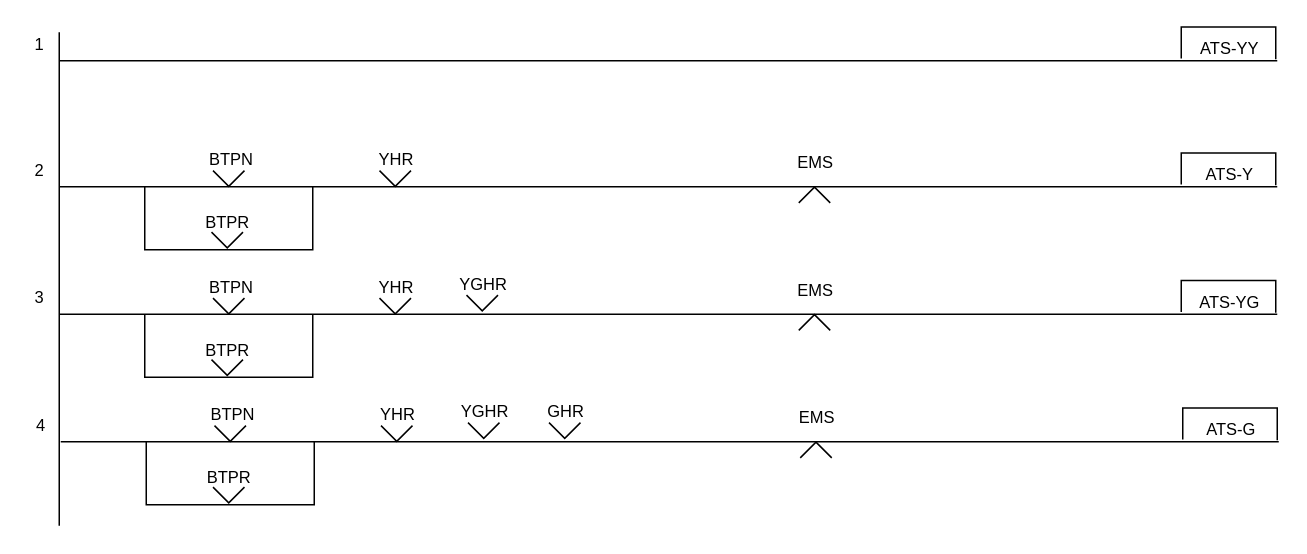
This is page "34현시-ATS제어" (3 of 8) of Signal/3Display-Signal-Control-Logic.drawio from chillin2/MyDraw.io, a draw.io file, before an edit. Source tidied: cells renumbered, new cells numbered last; positions are measured from the earlier drawing's top-left corner, leaving out a move shared by most shapes. Both pictures are drawn from the tidied source at 150%, with x=0, y=0 at pixel (26, 27).
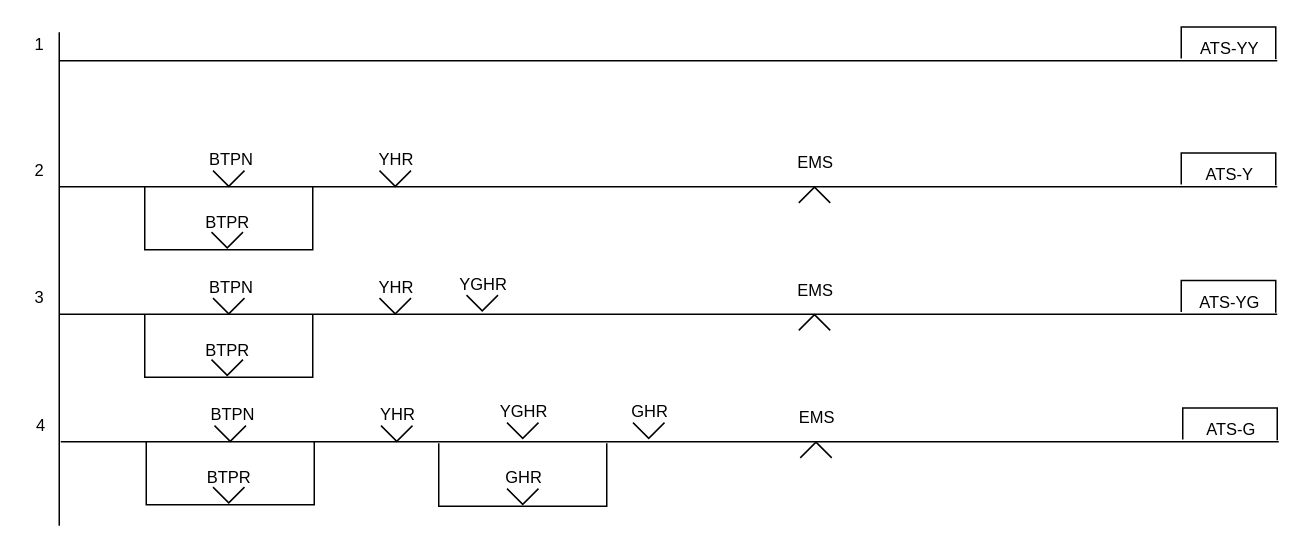
After the change.

What changed in the source:
```diff
@@
     <mxCell id="48" value="YGHR" style="text;html=1;strokeColor=none;fillColor=none;align=center;verticalAlign=middle;whiteSpace=wrap;rounded=0;fontFamily=Helvetica;fontSize=11;fontColor=default;" parent="1" vertex="1">
-      <mxGeometry x="286" y="249" width="40" height="14" as="geometry" />
+      <mxGeometry x="312" y="249" width="40" height="14" as="geometry" />
     </mxCell>
     <mxCell id="49" style="verticalLabelPosition=bottom;html=1;verticalAlign=top;align=center;shape=mxgraph.floorplan.windowBow;strokeWidth=1;fontSize=11;" parent="1" vertex="1">
-      <mxGeometry x="294.5" y="263" width="21" height="11" as="geometry" />
+      <mxGeometry x="320.5" y="263" width="21" height="11" as="geometry" />
     </mxCell>
     <mxCell id="50" value="GHR" style="text;html=1;strokeColor=none;fillColor=none;align=center;verticalAlign=middle;whiteSpace=wrap;rounded=0;fontFamily=Helvetica;fontSize=11;fontColor=default;" parent="1" vertex="1">
-      <mxGeometry x="340" y="249" width="40" height="14" as="geometry" />
+      <mxGeometry x="396" y="249" width="40" height="14" as="geometry" />
     </mxCell>
     <mxCell id="51" style="verticalLabelPosition=bottom;html=1;verticalAlign=top;align=center;shape=mxgraph.floorplan.windowBow;strokeWidth=1;fontSize=11;" parent="1" vertex="1">
-      <mxGeometry x="348.5" y="263" width="21" height="11" as="geometry" />
+      <mxGeometry x="404.5" y="263" width="21" height="11" as="geometry" />
     </mxCell>
+    <mxCell id="52" style="endArrow=none;html=1;rounded=0;" parent="1" edge="1">
+      <mxGeometry relative="1" as="geometry">
+        <mxPoint x="275" y="277" as="sourcePoint" />
+        <mxPoint x="387" y="277" as="targetPoint" />
+        <Array as="points">
+          <mxPoint x="275" y="319" />
+          <mxPoint x="387" y="319" />
+        </Array>
+      </mxGeometry>
+    </mxCell>
+    <mxCell id="53" value="GHR" style="text;html=1;strokeColor=none;fillColor=none;align=center;verticalAlign=middle;whiteSpace=wrap;rounded=0;fontFamily=Helvetica;fontSize=11;fontColor=default;" parent="1" vertex="1">
+      <mxGeometry x="312" y="293" width="40" height="14" as="geometry" />
+    </mxCell>
+    <mxCell id="54" style="verticalLabelPosition=bottom;html=1;verticalAlign=top;align=center;shape=mxgraph.floorplan.windowBow;strokeWidth=1;fontSize=11;" parent="1" vertex="1">
+      <mxGeometry x="320.5" y="307" width="21" height="11" as="geometry" />
+    </mxCell>
```
